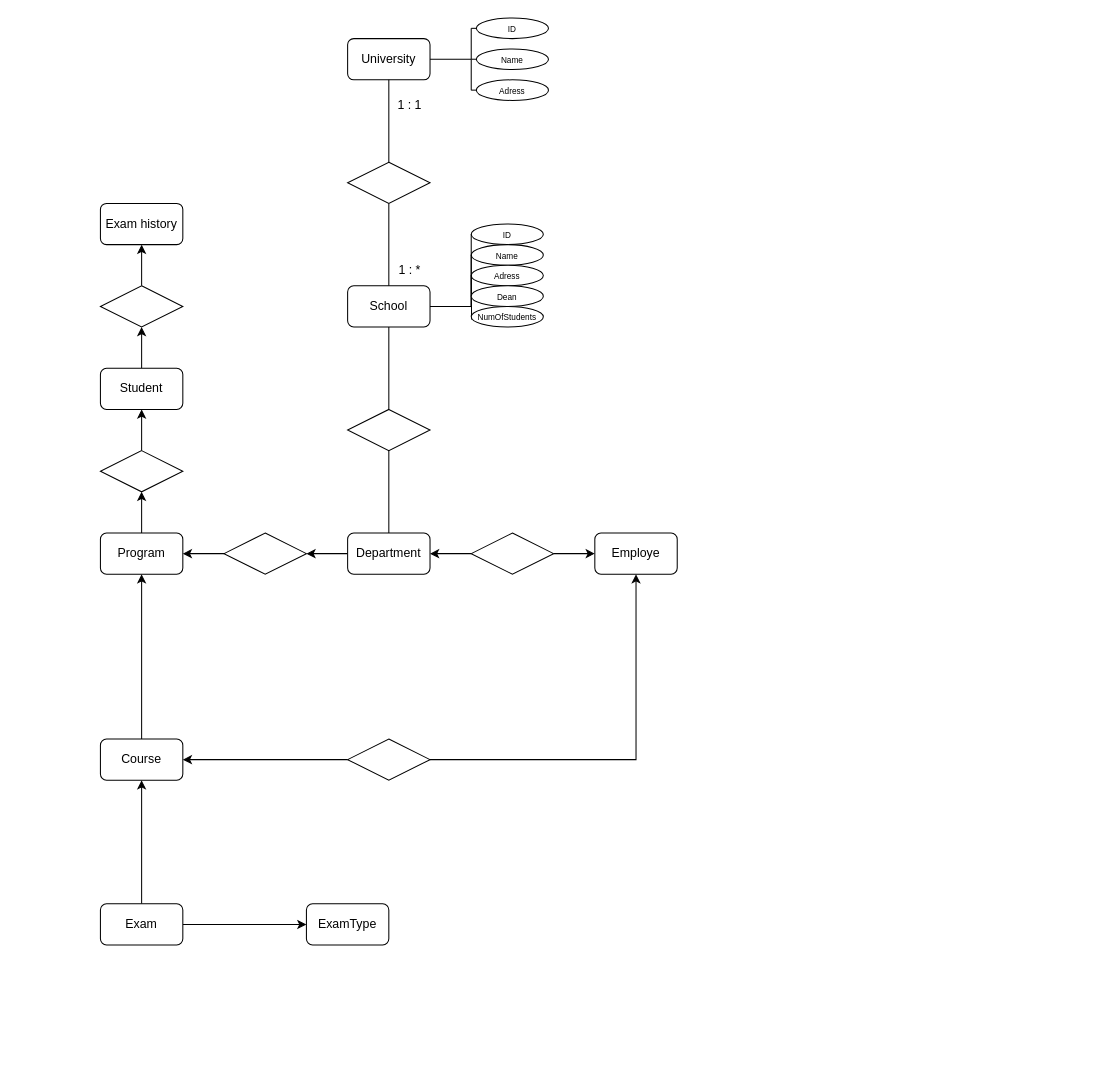
Above: databasmedekkeboi.drawio in ekkecode/Blandat (draw.io), before the change. Source tidied: cells renumbered, new cells numbered last; positions are measured from the earlier drawing's top-left corner, leaving out a move shared by most shapes. Both pictures are drawn from the tidied source at 103%, with x=0, y=0 at pixel (100, 18).
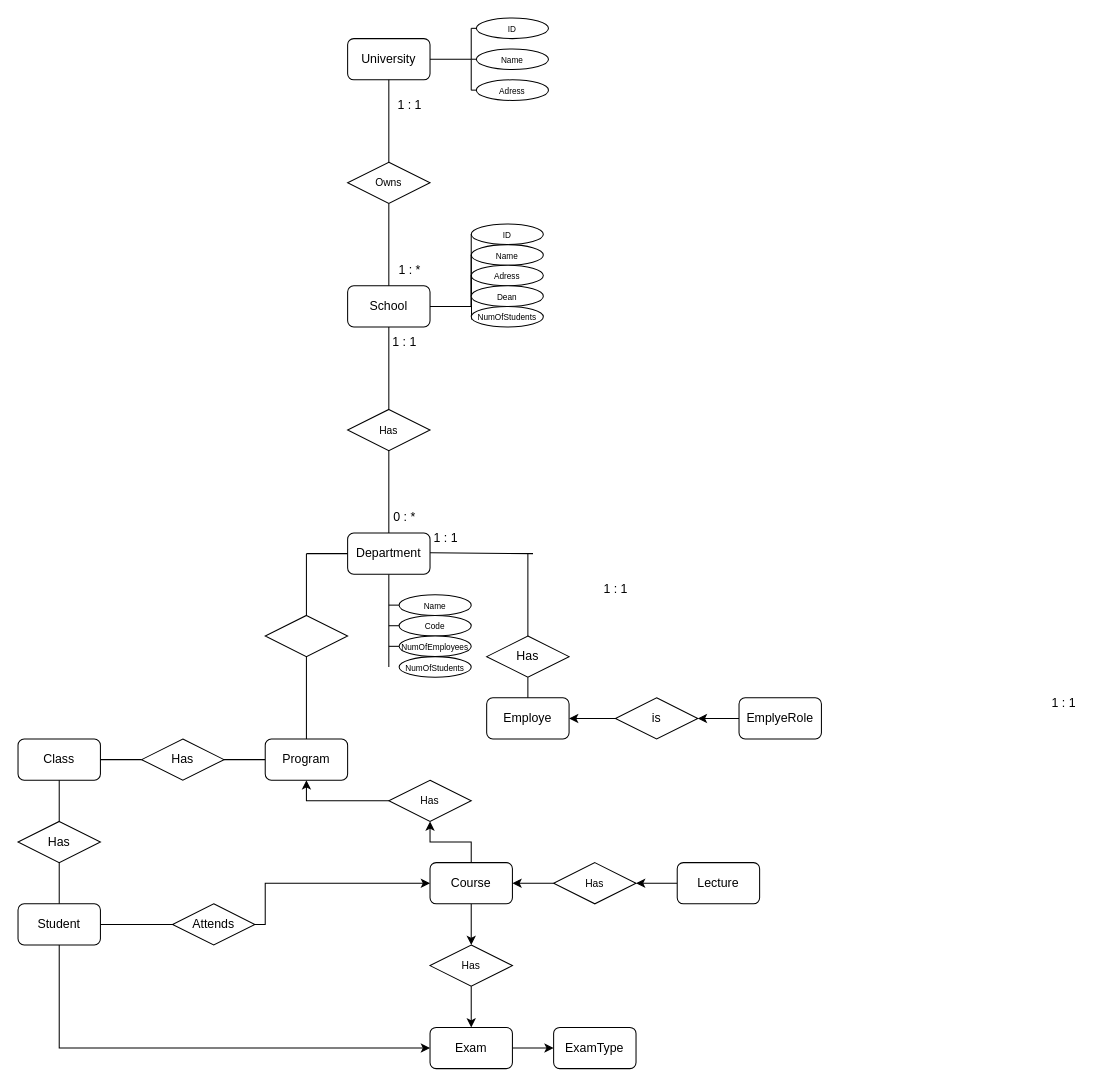
The same page after the edit.

The change refers to these unchanged cells:
```xml
<mxCell id="11" value="Department" style="rounded=1;whiteSpace=wrap;html=1;" parent="1" vertex="1">
  <mxGeometry x="240" y="500" width="80" height="40" as="geometry" />
</mxCell>
```

Diff of the diagram source:
```diff
@@
-    <mxCell id="10" style="edgeStyle=orthogonalEdgeStyle;rounded=0;jettySize=auto;html=1;exitX=0;exitY=0.5;exitDx=0;exitDy=0;entryX=1;entryY=0.5;entryDx=0;entryDy=0;" parent="1" edge="1" source="11" target="22">
-      <mxGeometry relative="1" as="geometry" />
-    </mxCell>
+    <mxCell id="59" style="edgeStyle=orthogonalEdgeStyle;rounded=0;jettySize=auto;html=1;exitX=0.5;exitY=1;exitDx=0;exitDy=0;endArrow=none;endFill=0;" parent="1" edge="1" source="11">
+      <mxGeometry relative="1" as="geometry">
+        <mxPoint x="280" y="630" as="targetPoint" />
+      </mxGeometry>
+    </mxCell>
@@
-    <mxCell id="12" style="edgeStyle=orthogonalEdgeStyle;rounded=0;jettySize=auto;html=1;" parent="1" edge="1" source="13" target="33">
+    <mxCell id="12" style="edgeStyle=orthogonalEdgeStyle;rounded=0;jettySize=auto;html=1;endArrow=none;endFill=0;" parent="1" edge="1" source="13" target="33">
       <mxGeometry relative="1" as="geometry" />
     </mxCell>
     <mxCell id="13" value="Program" style="rounded=1;whiteSpace=wrap;html=1;" parent="1" vertex="1">
-      <mxGeometry y="500" width="80" height="40" as="geometry" />
+      <mxGeometry x="160" y="700" width="80" height="40" as="geometry" />
     </mxCell>
-    <mxCell id="14" style="edgeStyle=orthogonalEdgeStyle;rounded=0;jettySize=auto;html=1;exitX=0.5;exitY=0;exitDx=0;exitDy=0;entryX=0.5;entryY=1;entryDx=0;entryDy=0;" parent="1" edge="1" source="16" target="13">
-      <mxGeometry relative="1" as="geometry" />
-    </mxCell>
-    <mxCell id="15" style="edgeStyle=orthogonalEdgeStyle;rounded=0;jettySize=auto;html=1;exitX=1;exitY=0.5;exitDx=0;exitDy=0;entryX=0.5;entryY=1;entryDx=0;entryDy=0;" parent="1" edge="1" source="26" target="17">
-      <mxGeometry relative="1" as="geometry" />
-    </mxCell>
+    <mxCell id="60" style="edgeStyle=orthogonalEdgeStyle;rounded=0;jettySize=auto;html=1;" parent="1" edge="1" source="16" target="97">
+      <mxGeometry relative="1" as="geometry" />
+    </mxCell>
+    <mxCell id="61" style="edgeStyle=orthogonalEdgeStyle;rounded=0;jettySize=auto;html=1;exitX=0.5;exitY=0;exitDx=0;exitDy=0;entryX=0.5;entryY=1;entryDx=0;entryDy=0;" parent="1" edge="1" source="16" target="87">
+      <mxGeometry relative="1" as="geometry" />
+    </mxCell>
     <mxCell id="16" value="Course" style="rounded=1;whiteSpace=wrap;html=1;" parent="1" vertex="1">
-      <mxGeometry y="700" width="80" height="40" as="geometry" />
+      <mxGeometry x="320" y="820" width="80" height="40" as="geometry" />
     </mxCell>
     <mxCell id="17" value="Employe" style="rounded=1;whiteSpace=wrap;html=1;" parent="1" vertex="1">
-      <mxGeometry x="480" y="500" width="80" height="40" as="geometry" />
+      <mxGeometry x="375" y="660" width="80" height="40" as="geometry" />
     </mxCell>
-    <mxCell id="18" style="edgeStyle=orthogonalEdgeStyle;rounded=0;jettySize=auto;html=1;" parent="1" edge="1" source="20" target="11">
-      <mxGeometry relative="1" as="geometry" />
-    </mxCell>
-    <mxCell id="19" style="edgeStyle=orthogonalEdgeStyle;rounded=0;jettySize=auto;html=1;" parent="1" edge="1" source="20" target="17">
+    <mxCell id="19" style="edgeStyle=orthogonalEdgeStyle;rounded=0;jettySize=auto;html=1;endArrow=none;endFill=0;" parent="1" edge="1" source="20" target="17">
       <mxGeometry relative="1" as="geometry" />
     </mxCell>
+    <mxCell id="62" style="edgeStyle=orthogonalEdgeStyle;rounded=0;jettySize=auto;html=1;endArrow=none;endFill=0;" parent="1" edge="1" source="20">
+      <mxGeometry relative="1" as="geometry">
+        <mxPoint x="415" y="520" as="targetPoint" />
+      </mxGeometry>
+    </mxCell>
-    <mxCell id="20" style="rhombus;whiteSpace=wrap;html=1;" parent="1" vertex="1">
-      <mxGeometry x="360" y="500" width="80" height="40" as="geometry" />
+    <mxCell id="20" value="Has" style="rhombus;whiteSpace=wrap;html=1;" parent="1" vertex="1">
+      <mxGeometry x="375" y="600" width="80" height="40" as="geometry" />
     </mxCell>
-    <mxCell id="21" style="edgeStyle=orthogonalEdgeStyle;rounded=0;jettySize=auto;html=1;" parent="1" edge="1" source="22" target="13">
-      <mxGeometry relative="1" as="geometry" />
-    </mxCell>
     <mxCell id="22" style="rhombus;whiteSpace=wrap;html=1;" parent="1" vertex="1">
-      <mxGeometry x="120" y="500" width="80" height="40" as="geometry" />
+      <mxGeometry x="160" y="580" width="80" height="40" as="geometry" />
     </mxCell>
-    <mxCell id="23" style="rhombus;whiteSpace=wrap;html=1;" parent="1" vertex="1">
+    <mxCell id="23" value="&lt;font style=&quot;font-size: 10px;&quot;&gt;Has&lt;/font&gt;" style="rhombus;whiteSpace=wrap;html=1;" parent="1" vertex="1">
       <mxGeometry x="240" y="380" width="80" height="40" as="geometry" />
     </mxCell>
-    <mxCell id="24" style="rhombus;whiteSpace=wrap;html=1;fontStyle=1;" parent="1" vertex="1">
+    <mxCell id="24" value="&lt;font style=&quot;font-size: 10px; font-weight: normal;&quot;&gt;Owns&lt;/font&gt;" style="rhombus;whiteSpace=wrap;html=1;fontStyle=1;" parent="1" vertex="1">
       <mxGeometry x="240" y="140" width="80" height="40" as="geometry" />
     </mxCell>
-    <mxCell id="25" style="edgeStyle=orthogonalEdgeStyle;rounded=0;jettySize=auto;html=1;exitX=0;exitY=0.5;exitDx=0;exitDy=0;entryX=1;entryY=0.5;entryDx=0;entryDy=0;" parent="1" edge="1" source="26" target="16">
-      <mxGeometry relative="1" as="geometry" />
-    </mxCell>
-    <mxCell id="26" style="rhombus;whiteSpace=wrap;html=1;fontStyle=1;" parent="1" vertex="1">
-      <mxGeometry x="240" y="700" width="80" height="40" as="geometry" />
-    </mxCell>
-    <mxCell id="27" style="edgeStyle=orthogonalEdgeStyle;rounded=0;jettySize=auto;html=1;" parent="1" edge="1" source="29" target="16">
-      <mxGeometry relative="1" as="geometry" />
-    </mxCell>
@@
     <mxCell id="29" value="Exam" style="rounded=1;whiteSpace=wrap;html=1;" parent="1" vertex="1">
-      <mxGeometry y="860" width="80" height="40" as="geometry" />
+      <mxGeometry x="320" y="980" width="80" height="40" as="geometry" />
     </mxCell>
-    <mxCell id="30" style="edgeStyle=orthogonalEdgeStyle;rounded=0;jettySize=auto;html=1;" parent="1" edge="1" source="31" target="36">
-      <mxGeometry relative="1" as="geometry" />
-    </mxCell>
+    <mxCell id="63" style="edgeStyle=orthogonalEdgeStyle;rounded=0;jettySize=auto;html=1;exitX=0.5;exitY=1;exitDx=0;exitDy=0;entryX=0;entryY=0.5;entryDx=0;entryDy=0;" parent="1" edge="1" source="31" target="29">
+      <mxGeometry relative="1" as="geometry" />
+    </mxCell>
+    <mxCell id="64" style="edgeStyle=orthogonalEdgeStyle;rounded=0;jettySize=auto;html=1;entryX=0;entryY=0.5;entryDx=0;entryDy=0;" parent="1" edge="1" source="31" target="16">
+      <mxGeometry relative="1" as="geometry" />
+    </mxCell>
     <mxCell id="31" value="Student" style="rounded=1;whiteSpace=wrap;html=1;" parent="1" vertex="1">
-      <mxGeometry y="340" width="80" height="40" as="geometry" />
+      <mxGeometry x="-80" y="860" width="80" height="40" as="geometry" />
     </mxCell>
-    <mxCell id="32" style="edgeStyle=orthogonalEdgeStyle;rounded=0;jettySize=auto;html=1;" parent="1" edge="1" source="33" target="31">
-      <mxGeometry relative="1" as="geometry" />
-    </mxCell>
-    <mxCell id="33" style="rhombus;whiteSpace=wrap;html=1;" parent="1" vertex="1">
-      <mxGeometry y="420" width="80" height="40" as="geometry" />
+    <mxCell id="33" value="Has" style="rhombus;whiteSpace=wrap;html=1;" parent="1" vertex="1">
+      <mxGeometry x="40" y="700" width="80" height="40" as="geometry" />
     </mxCell>
-    <mxCell id="34" value="Exam history" style="rounded=1;whiteSpace=wrap;html=1;" parent="1" vertex="1">
-      <mxGeometry y="180" width="80" height="40" as="geometry" />
-    </mxCell>
-    <mxCell id="35" style="edgeStyle=orthogonalEdgeStyle;rounded=0;jettySize=auto;html=1;" parent="1" edge="1" source="36" target="34">
-      <mxGeometry relative="1" as="geometry" />
-    </mxCell>
-    <mxCell id="36" style="rhombus;whiteSpace=wrap;html=1;" parent="1" vertex="1">
-      <mxGeometry y="260" width="80" height="40" as="geometry" />
-    </mxCell>
     <mxCell id="37" value="ExamType" style="rounded=1;whiteSpace=wrap;html=1;" parent="1" vertex="1">
-      <mxGeometry x="200" y="860" width="80" height="40" as="geometry" />
+      <mxGeometry x="440" y="980" width="80" height="40" as="geometry" />
     </mxCell>
@@
+    <mxCell id="65" style="edgeStyle=orthogonalEdgeStyle;rounded=0;jettySize=auto;html=1;" parent="1" edge="1" source="66" target="91">
+      <mxGeometry relative="1" as="geometry" />
+    </mxCell>
+    <mxCell id="66" value="Lecture" style="rounded=1;whiteSpace=wrap;html=1;" parent="1" vertex="1">
+      <mxGeometry x="560" y="820" width="80" height="40" as="geometry" />
+    </mxCell>
+    <mxCell id="67" value="Class" style="rounded=1;whiteSpace=wrap;html=1;" parent="1" vertex="1">
+      <mxGeometry x="-80" y="700" width="80" height="40" as="geometry" />
+    </mxCell>
+    <mxCell id="68" value="Has" style="rhombus;whiteSpace=wrap;html=1;" parent="1" vertex="1">
+      <mxGeometry x="-80" y="780" width="80" height="40" as="geometry" />
+    </mxCell>
+    <mxCell id="69" style="edgeStyle=orthogonalEdgeStyle;rounded=0;jettySize=auto;html=1;exitX=0;exitY=0.5;exitDx=0;exitDy=0;endArrow=none;endFill=0;" parent="1" edge="1" source="70">
+      <mxGeometry relative="1" as="geometry">
+        <mxPoint x="280" y="570" as="targetPoint" />
+      </mxGeometry>
+    </mxCell>
+    <mxCell id="70" value="&lt;span style=&quot;font-size: 8px;&quot;&gt;Name&lt;/span&gt;" style="ellipse;whiteSpace=wrap;html=1;" parent="1" vertex="1">
+      <mxGeometry x="290" y="560" width="70" height="20" as="geometry" />
+    </mxCell>
+    <mxCell id="71" style="edgeStyle=orthogonalEdgeStyle;rounded=0;jettySize=auto;html=1;exitX=0;exitY=0.5;exitDx=0;exitDy=0;endArrow=none;endFill=0;" parent="1" edge="1" source="72">
+      <mxGeometry relative="1" as="geometry">
+        <mxPoint x="280" y="590" as="targetPoint" />
+      </mxGeometry>
+    </mxCell>
+    <mxCell id="72" value="&lt;span style=&quot;font-size: 8px;&quot;&gt;Code&lt;/span&gt;" style="ellipse;whiteSpace=wrap;html=1;" parent="1" vertex="1">
+      <mxGeometry x="290" y="580" width="70" height="20" as="geometry" />
+    </mxCell>
+    <mxCell id="73" style="edgeStyle=orthogonalEdgeStyle;rounded=0;jettySize=auto;html=1;exitX=0;exitY=0.5;exitDx=0;exitDy=0;endArrow=none;endFill=0;" parent="1" edge="1" source="74">
+      <mxGeometry relative="1" as="geometry">
+        <mxPoint x="280" y="610" as="targetPoint" />
+      </mxGeometry>
+    </mxCell>
+    <mxCell id="74" value="&lt;span style=&quot;font-size: 8px;&quot;&gt;NumOfEmployees&lt;/span&gt;" style="ellipse;whiteSpace=wrap;html=1;" parent="1" vertex="1">
+      <mxGeometry x="290" y="600" width="70" height="20" as="geometry" />
+    </mxCell>
+    <mxCell id="75" value="&lt;span style=&quot;font-size: 8px;&quot;&gt;NumOfStudents&lt;/span&gt;" style="ellipse;whiteSpace=wrap;html=1;" parent="1" vertex="1">
+      <mxGeometry x="290" y="620" width="70" height="20" as="geometry" />
+    </mxCell>
+    <mxCell id="76" value="0 : *" style="text;html=1;align=center;verticalAlign=middle;strokeColor=none;fillColor=none;" parent="1" vertex="1">
+      <mxGeometry x="275" y="470" width="40" height="30" as="geometry" />
+    </mxCell>
+    <mxCell id="77" value="1 : 1" style="text;html=1;align=center;verticalAlign=middle;strokeColor=none;fillColor=none;" parent="1" vertex="1">
+      <mxGeometry x="270" y="300" width="50" height="30" as="geometry" />
+    </mxCell>
+    <mxCell id="78" value="1 : 1" style="text;html=1;align=center;verticalAlign=middle;points=[];strokeColor=none;fillColor=none;" parent="1" vertex="1">
+      <mxGeometry x="310" y="490" width="50" height="30" as="geometry" />
+    </mxCell>
+    <mxCell id="79" value="1 : 1" style="text;html=1;align=center;verticalAlign=middle;strokeColor=none;fillColor=none;" parent="1" vertex="1">
+      <mxGeometry x="475" y="540" width="50" height="30" as="geometry" />
+    </mxCell>
+    <mxCell id="80" style="endArrow=none;html=1;rounded=0;exitX=0.5;exitY=0;exitDx=0;exitDy=0;entryX=0.5;entryY=1;entryDx=0;entryDy=0;" parent="1" edge="1" source="13" target="22">
+      <mxGeometry relative="1" as="geometry" />
+    </mxCell>
+    <mxCell id="81" style="endArrow=none;html=1;rounded=0;" parent="1" edge="1">
+      <mxGeometry relative="1" as="geometry">
+        <mxPoint x="200" y="580" as="sourcePoint" />
+        <mxPoint x="200" y="520" as="targetPoint" />
+      </mxGeometry>
+    </mxCell>
+    <mxCell id="82" style="endArrow=none;html=1;rounded=0;exitX=0;exitY=0.5;exitDx=0;exitDy=0;" parent="1" edge="1" source="11">
+      <mxGeometry relative="1" as="geometry">
+        <mxPoint x="200" y="520" as="targetPoint" />
+      </mxGeometry>
+    </mxCell>
+    <mxCell id="83" style="endArrow=none;html=1;rounded=0;entryX=0;entryY=0.5;entryDx=0;entryDy=0;" parent="1" edge="1" target="33">
+      <mxGeometry relative="1" as="geometry">
+        <mxPoint y="720" as="sourcePoint" />
+      </mxGeometry>
+    </mxCell>
+    <mxCell id="84" style="endArrow=none;html=1;rounded=0;exitX=0.5;exitY=0;exitDx=0;exitDy=0;" parent="1" edge="1" source="68">
+      <mxGeometry relative="1" as="geometry">
+        <mxPoint x="-40" y="740" as="targetPoint" />
+      </mxGeometry>
+    </mxCell>
+    <mxCell id="85" style="endArrow=none;html=1;rounded=0;exitX=0.5;exitY=0;exitDx=0;exitDy=0;" parent="1" edge="1" source="31">
+      <mxGeometry relative="1" as="geometry">
+        <mxPoint x="-40" y="820" as="targetPoint" />
+      </mxGeometry>
+    </mxCell>
+    <mxCell id="86" style="edgeStyle=orthogonalEdgeStyle;rounded=0;jettySize=auto;html=1;exitX=0;exitY=0.5;exitDx=0;exitDy=0;entryX=0.5;entryY=1;entryDx=0;entryDy=0;" parent="1" edge="1" source="87" target="13">
+      <mxGeometry relative="1" as="geometry" />
+    </mxCell>
+    <mxCell id="87" value="&lt;span style=&quot;font-weight: normal;&quot;&gt;&lt;font style=&quot;font-size: 10px;&quot;&gt;Has&lt;/font&gt;&lt;/span&gt;" style="rhombus;whiteSpace=wrap;html=1;fontStyle=1;" parent="1" vertex="1">
+      <mxGeometry x="280" y="740" width="80" height="40" as="geometry" />
+    </mxCell>
+    <mxCell id="88" style="endArrow=none;html=1;rounded=0;exitX=0.201;exitY=0.972;exitDx=0;exitDy=0;exitPerimeter=0;" parent="1" edge="1" source="78">
+      <mxGeometry relative="1" as="geometry">
+        <mxPoint x="420" y="520" as="targetPoint" />
+      </mxGeometry>
+    </mxCell>
+    <mxCell id="89" value="1 : 1" style="text;html=1;align=center;verticalAlign=middle;strokeColor=none;fillColor=none;" parent="1" vertex="1">
+      <mxGeometry x="910" y="650" width="50" height="30" as="geometry" />
+    </mxCell>
+    <mxCell id="90" style="edgeStyle=orthogonalEdgeStyle;rounded=0;jettySize=auto;html=1;" parent="1" edge="1" source="91" target="16">
+      <mxGeometry relative="1" as="geometry" />
+    </mxCell>
+    <mxCell id="91" value="&lt;span style=&quot;font-weight: normal;&quot;&gt;&lt;font style=&quot;font-size: 10px;&quot;&gt;Has&lt;/font&gt;&lt;/span&gt;" style="rhombus;whiteSpace=wrap;html=1;fontStyle=1;" parent="1" vertex="1">
+      <mxGeometry x="440" y="820" width="80" height="40" as="geometry" />
+    </mxCell>
+    <mxCell id="92" style="edgeStyle=orthogonalEdgeStyle;rounded=0;jettySize=auto;html=1;" parent="1" edge="1" source="93" target="95">
+      <mxGeometry relative="1" as="geometry" />
+    </mxCell>
+    <mxCell id="93" value="EmplyeRole" style="rounded=1;whiteSpace=wrap;html=1;" parent="1" vertex="1">
+      <mxGeometry x="620" y="660" width="80" height="40" as="geometry" />
+    </mxCell>
+    <mxCell id="94" style="edgeStyle=orthogonalEdgeStyle;rounded=0;jettySize=auto;html=1;" parent="1" edge="1" source="95" target="17">
+      <mxGeometry relative="1" as="geometry" />
+    </mxCell>
+    <mxCell id="95" value="is" style="rhombus;whiteSpace=wrap;html=1;" parent="1" vertex="1">
+      <mxGeometry x="500" y="660" width="80" height="40" as="geometry" />
+    </mxCell>
+    <mxCell id="96" style="edgeStyle=orthogonalEdgeStyle;rounded=0;jettySize=auto;html=1;" parent="1" edge="1" source="97" target="29">
+      <mxGeometry relative="1" as="geometry" />
+    </mxCell>
+    <mxCell id="97" value="&lt;span style=&quot;font-weight: normal;&quot;&gt;&lt;font style=&quot;font-size: 10px;&quot;&gt;Has&lt;/font&gt;&lt;/span&gt;" style="rhombus;whiteSpace=wrap;html=1;fontStyle=1;" parent="1" vertex="1">
+      <mxGeometry x="320" y="900" width="80" height="40" as="geometry" />
+    </mxCell>
+    <mxCell id="98" value="Attends" style="rhombus;whiteSpace=wrap;html=1;" parent="1" vertex="1">
+      <mxGeometry x="70" y="860" width="80" height="40" as="geometry" />
+    </mxCell>
```
